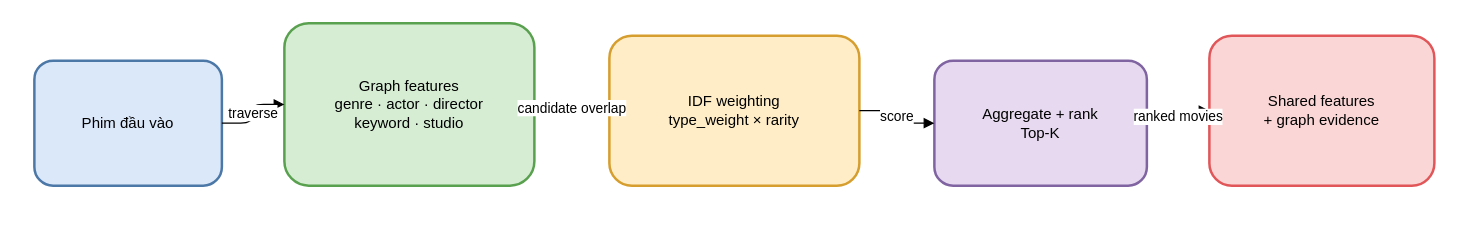
Earlier version of the draw.io diagram report_latex/images/sources/recommendation_explanation.drawio (khanhhk/advanced_database). Source tidied: cells renumbered, new cells numbered last; positions are measured from the earlier drawing's top-left corner, leaving out a move shared by most shapes. Both pictures are drawn from the tidied source at 125%, with x=0, y=0 at pixel (34, 22).
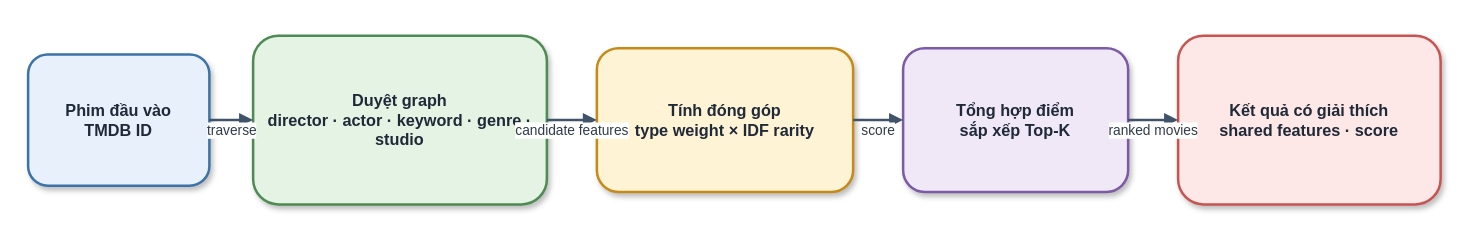
The same diagram, later.

Change to the diagram source:
```diff
@@
 <mxGraphModel>
   <root>
     <mxCell id="0" />
     <mxCell id="1" parent="0" />
-    <mxCell id="2" value="Phim đầu vào" style="rounded=1;whiteSpace=wrap;html=1;fillColor=#dbe8fa;strokeColor=#4c78a8;strokeWidth=2;" parent="1" vertex="1">
-      <mxGeometry y="30" width="150" height="100" as="geometry" />
+    <mxCell id="2" value="Phim đầu vào&#10;TMDB ID" style="rounded=1;whiteSpace=wrap;html=1;fillColor=#E8F1FB;strokeColor=#3B73A8;strokeWidth=2;fontSize=13;fontColor=#1F2937;fontStyle=1;spacing=8;shadow=1;" parent="1" vertex="1">
+      <mxGeometry x="-5" y="25" width="145" height="105" as="geometry" />
     </mxCell>
-    <mxCell id="3" value="Graph features&#10;genre · actor · director&#10;keyword · studio" style="rounded=1;whiteSpace=wrap;html=1;fillColor=#d6edd4;strokeColor=#59a14f;strokeWidth=2;" parent="1" vertex="1">
-      <mxGeometry x="200" width="200" height="130" as="geometry" />
+    <mxCell id="3" value="Duyệt graph&#10;director · actor · keyword · genre · studio" style="rounded=1;whiteSpace=wrap;html=1;fillColor=#E5F3E5;strokeColor=#4D8B52;strokeWidth=2;fontSize=13;fontColor=#1F2937;fontStyle=1;spacing=8;shadow=1;" parent="1" vertex="1">
+      <mxGeometry x="175" y="10" width="235" height="135" as="geometry" />
     </mxCell>
-    <mxCell id="4" value="IDF weighting&#10;type_weight × rarity" style="rounded=1;whiteSpace=wrap;html=1;fillColor=#ffedc7;strokeColor=#d69e2e;strokeWidth=2;" parent="1" vertex="1">
-      <mxGeometry x="460" y="10" width="200" height="120" as="geometry" />
+    <mxCell id="4" value="Tính đóng góp&#10;type weight × IDF rarity" style="rounded=1;whiteSpace=wrap;html=1;fillColor=#FFF3D6;strokeColor=#C58A18;strokeWidth=2;fontSize=13;fontColor=#1F2937;fontStyle=1;spacing=8;shadow=1;" parent="1" vertex="1">
+      <mxGeometry x="450" y="20" width="205" height="115" as="geometry" />
     </mxCell>
-    <mxCell id="5" value="Aggregate + rank&#10;Top-K" style="rounded=1;whiteSpace=wrap;html=1;fillColor=#e6d9f0;strokeColor=#8064a2;strokeWidth=2;" parent="1" vertex="1">
-      <mxGeometry x="720" y="30" width="170" height="100" as="geometry" />
+    <mxCell id="5" value="Tổng hợp điểm&#10;sắp xếp Top-K" style="rounded=1;whiteSpace=wrap;html=1;fillColor=#F0E8F7;strokeColor=#7B5AA6;strokeWidth=2;fontSize=13;fontColor=#1F2937;fontStyle=1;spacing=8;shadow=1;" parent="1" vertex="1">
+      <mxGeometry x="695" y="20" width="180" height="115" as="geometry" />
     </mxCell>
-    <mxCell id="6" value="Shared features&#10;+ graph evidence" style="rounded=1;whiteSpace=wrap;html=1;fillColor=#fad6d6;strokeColor=#e15759;strokeWidth=2;" parent="1" vertex="1">
-      <mxGeometry x="940" y="10" width="180" height="120" as="geometry" />
+    <mxCell id="6" value="Kết quả có giải thích&#10;shared features · score" style="rounded=1;whiteSpace=wrap;html=1;fillColor=#FDE8E7;strokeColor=#C85452;strokeWidth=2;fontSize=13;fontColor=#1F2937;fontStyle=1;spacing=8;shadow=1;" parent="1" vertex="1">
+      <mxGeometry x="915" y="10" width="210" height="135" as="geometry" />
     </mxCell>
-    <mxCell id="7" value="traverse" style="edgeStyle=orthogonalEdgeStyle;rounded=1;jettySize=auto;html=1;endArrow=block;exitX=1;exitY=0.5;exitDx=0;exitDy=0;entryX=0;entryY=0.5;entryDx=0;entryDy=0;" parent="1" edge="1" source="2" target="3">
-      <mxGeometry relative="1" as="geometry" />
+    <mxCell id="7" value="traverse" style="edgeStyle=orthogonalEdgeStyle;rounded=1;jettySize=auto;html=1;endArrow=block;endFill=1;strokeColor=#40536B;strokeWidth=2;fontSize=11;fontColor=#2F3B4A;labelBackgroundColor=#FFFFFF;spacingBottom=8;exitX=1;exitY=0.5;exitDx=0;exitDy=0;entryX=0;entryY=0.5;entryDx=0;entryDy=0;" parent="1" edge="1" source="2" target="3">
+      <mxGeometry y="-12" relative="1" as="geometry" />
     </mxCell>
-    <mxCell id="8" value="candidate overlap" style="edgeStyle=orthogonalEdgeStyle;rounded=1;jettySize=auto;html=1;endArrow=block;exitX=1;exitY=0.5;exitDx=0;exitDy=0;entryX=0;entryY=0.5;entryDx=0;entryDy=0;" parent="1" edge="1" source="3" target="4">
-      <mxGeometry relative="1" as="geometry" />
+    <mxCell id="8" value="candidate features" style="edgeStyle=orthogonalEdgeStyle;rounded=1;jettySize=auto;html=1;endArrow=block;endFill=1;strokeColor=#40536B;strokeWidth=2;fontSize=11;fontColor=#2F3B4A;labelBackgroundColor=#FFFFFF;spacingBottom=8;exitX=1;exitY=0.5;exitDx=0;exitDy=0;entryX=0;entryY=0.5;entryDx=0;entryDy=0;" parent="1" edge="1" source="3" target="4">
+      <mxGeometry y="-12" relative="1" as="geometry" />
     </mxCell>
-    <mxCell id="9" value="score" style="edgeStyle=orthogonalEdgeStyle;rounded=1;jettySize=auto;html=1;endArrow=block;exitX=1;exitY=0.5;exitDx=0;exitDy=0;entryX=0;entryY=0.5;entryDx=0;entryDy=0;" parent="1" edge="1" source="4" target="5">
-      <mxGeometry relative="1" as="geometry" />
+    <mxCell id="9" value="score" style="edgeStyle=orthogonalEdgeStyle;rounded=1;jettySize=auto;html=1;endArrow=block;endFill=1;strokeColor=#40536B;strokeWidth=2;fontSize=11;fontColor=#2F3B4A;labelBackgroundColor=#FFFFFF;spacingBottom=8;exitX=1;exitY=0.5;exitDx=0;exitDy=0;entryX=0;entryY=0.5;entryDx=0;entryDy=0;" parent="1" edge="1" source="4" target="5">
+      <mxGeometry y="-12" relative="1" as="geometry" />
     </mxCell>
-    <mxCell id="10" value="ranked movies" style="edgeStyle=orthogonalEdgeStyle;rounded=1;jettySize=auto;html=1;endArrow=block;exitX=1;exitY=0.5;exitDx=0;exitDy=0;entryX=0;entryY=0.5;entryDx=0;entryDy=0;" parent="1" edge="1" source="5" target="6">
-      <mxGeometry relative="1" as="geometry" />
+    <mxCell id="10" value="ranked movies" style="edgeStyle=orthogonalEdgeStyle;rounded=1;jettySize=auto;html=1;endArrow=block;endFill=1;strokeColor=#40536B;strokeWidth=2;fontSize=11;fontColor=#2F3B4A;labelBackgroundColor=#FFFFFF;spacingBottom=8;exitX=1;exitY=0.5;exitDx=0;exitDy=0;entryX=0;entryY=0.5;entryDx=0;entryDy=0;" parent="1" edge="1" source="5" target="6">
+      <mxGeometry y="-12" relative="1" as="geometry" />
     </mxCell>
   </root>
 </mxGraphModel>
```
